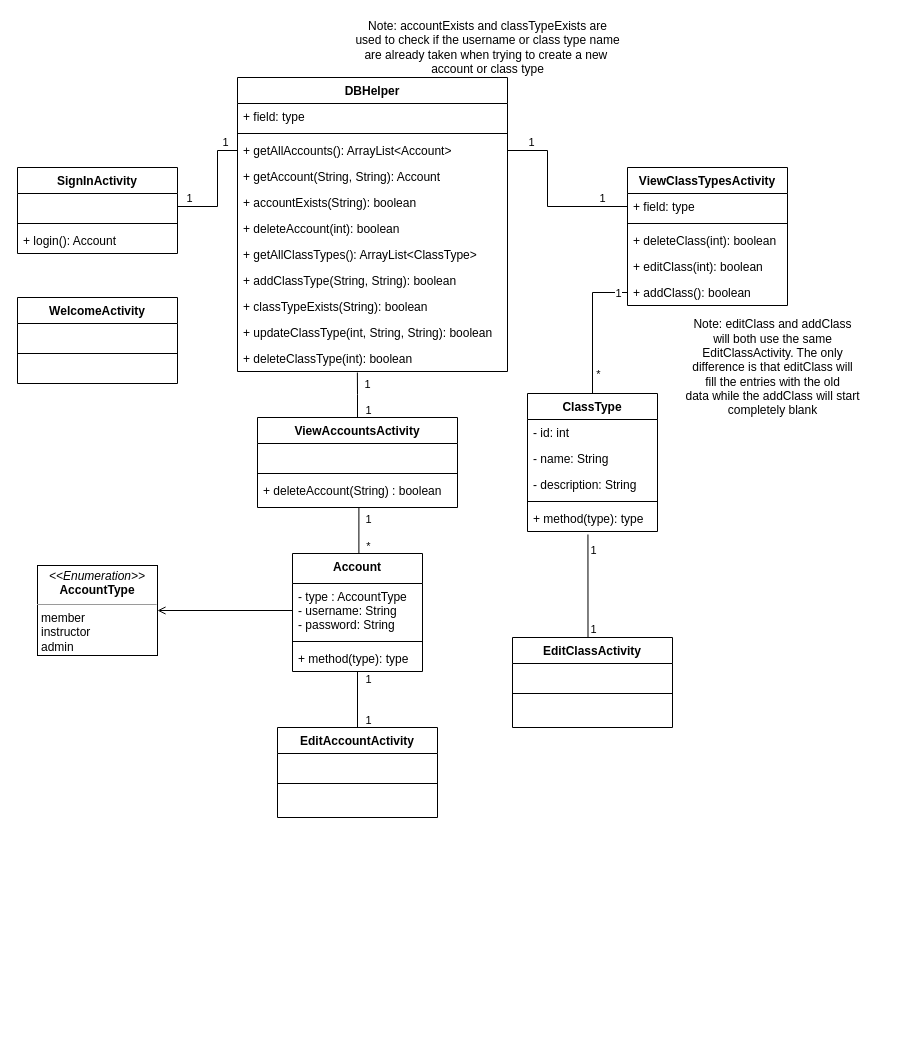
This is Documents/UML Class Diagram.drawio from AmyLDunn/Fitness_Center, a draw.io file, before an edit. Source tidied: cells renumbered, new cells numbered last; positions are measured from the earlier drawing's top-left corner, leaving out a move shared by most shapes. Both pictures are drawn from the tidied source at 100%, with x=0, y=0 at pixel (17, 17).
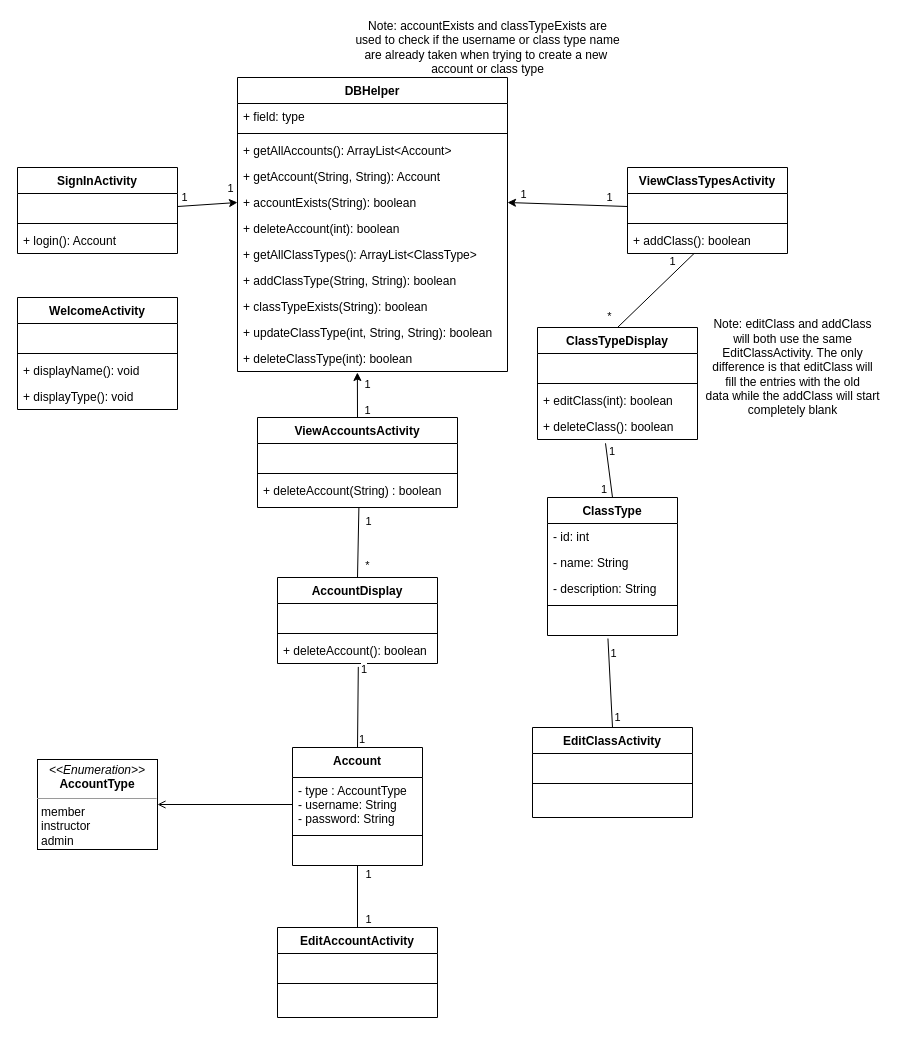
After the change.

Unchanged cells that the change refers to:
```xml
<mxCell id="9" value="- type : AccountType&#10;- username: String&#10;- password: String" style="text;strokeColor=none;fillColor=none;align=left;verticalAlign=top;spacingLeft=4;spacingRight=4;overflow=hidden;points=[[0,0.5],[1,0.5]];portConstraint=eastwest;" parent="8" vertex="1">
  <mxGeometry y="30" width="130" height="54" as="geometry" />
</mxCell>
<mxCell id="15" value=" " style="text;strokeColor=none;fillColor=none;align=left;verticalAlign=top;spacingLeft=4;spacingRight=4;overflow=hidden;points=[[0,0.5],[1,0.5]];portConstraint=eastwest;" parent="14" vertex="1">
  <mxGeometry y="26" width="160" height="26" as="geometry" />
</mxCell>
<mxCell id="25" value="ViewAccountsActivity" style="swimlane;fontStyle=1;align=center;verticalAlign=top;horizontal=1;startSize=26;" parent="1" vertex="1">
  <mxGeometry x="240" y="400" width="200" height="90" as="geometry" />
</mxCell>
<mxCell id="28" value="+ deleteAccount(String) : boolean " style="text;strokeColor=none;fillColor=none;align=left;verticalAlign=top;spacingLeft=4;spacingRight=4;overflow=hidden;points=[[0,0.5],[1,0.5]];portConstraint=eastwest;spacingTop=0;spacingBottom=0;spacing=2;" parent="25" vertex="1">
  <mxGeometry y="60" width="200" height="30" as="geometry" />
</mxCell>
<mxCell id="52" value="+ getAllAccounts(): ArrayList&lt;Account&gt;" style="text;strokeColor=none;fillColor=none;align=left;verticalAlign=top;spacingLeft=4;spacingRight=4;overflow=hidden;points=[[0,0.5],[1,0.5]];portConstraint=eastwest;" parent="49" vertex="1">
  <mxGeometry y="60" width="270" height="26" as="geometry" />
</mxCell>
<mxCell id="54" value="+ accountExists(String): boolean" style="text;strokeColor=none;fillColor=none;align=left;verticalAlign=top;spacingLeft=4;spacingRight=4;overflow=hidden;points=[[0,0.5],[1,0.5]];portConstraint=eastwest;" parent="49" vertex="1">
  <mxGeometry y="112" width="270" height="26" as="geometry" />
</mxCell>
<mxCell id="60" value="+ deleteClassType(int): boolean" style="text;strokeColor=none;fillColor=none;align=left;verticalAlign=top;spacingLeft=4;spacingRight=4;overflow=hidden;points=[[0,0.5],[1,0.5]];portConstraint=eastwest;" parent="49" vertex="1">
  <mxGeometry y="268" width="270" height="26" as="geometry" />
</mxCell>
```

What changed in the source:
```diff
@@
-    <mxCell id="2" style="edgeStyle=orthogonalEdgeStyle;rounded=0;jettySize=auto;html=1;exitX=0.5;exitY=0;exitDx=0;exitDy=0;entryX=0.507;entryY=0.995;entryDx=0;entryDy=0;entryPerimeter=0;endArrow=none;endFill=0;" parent="1" edge="1" source="8" target="28">
-      <mxGeometry relative="1" as="geometry">
-        <Array as="points">
-          <mxPoint x="341" y="536" />
-        </Array>
-      </mxGeometry>
+    <mxCell id="2" style="rounded=0;jettySize=auto;html=1;entryX=0.507;entryY=0.995;entryDx=0;entryDy=0;entryPerimeter=0;endArrow=none;endFill=0;exitX=0.5;exitY=0;exitDx=0;exitDy=0;" parent="1" edge="1" source="76" target="28">
+      <mxGeometry relative="1" as="geometry" />
     </mxCell>
@@
-    <mxCell id="5" style="edgeStyle=orthogonalEdgeStyle;rounded=0;jettySize=auto;html=1;exitX=0.5;exitY=1;exitDx=0;exitDy=0;entryX=0.5;entryY=0;entryDx=0;entryDy=0;endArrow=none;endFill=0;" parent="1" edge="1" source="8" target="39">
+    <mxCell id="5" style="rounded=0;jettySize=auto;html=1;exitX=0.5;exitY=1;exitDx=0;exitDy=0;entryX=0.5;entryY=0;entryDx=0;entryDy=0;endArrow=none;endFill=0;" parent="1" edge="1" source="8" target="39">
       <mxGeometry relative="1" as="geometry" />
     </mxCell>
@@
     <mxCell id="8" value="Account" style="swimlane;fontStyle=1;align=center;verticalAlign=top;horizontal=1;startSize=30;" parent="1" vertex="1">
-      <mxGeometry x="275" y="536" width="130" height="118" as="geometry" />
+      <mxGeometry x="275" y="730" width="130" height="118" as="geometry" />
     </mxCell>
@@
-    <mxCell id="11" value="+ method(type): type" style="text;strokeColor=none;fillColor=none;align=left;verticalAlign=top;spacingLeft=4;spacingRight=4;overflow=hidden;" parent="8" vertex="1">
+    <mxCell id="11" value=" " style="text;strokeColor=none;fillColor=none;align=left;verticalAlign=top;spacingLeft=4;spacingRight=4;overflow=hidden;" parent="8" vertex="1">
       <mxGeometry y="92" width="130" height="26" as="geometry" />
     </mxCell>
     <mxCell id="12" value="&lt;p style=&quot;margin: 0px ; margin-top: 4px ; text-align: center&quot;&gt;&lt;i&gt;&amp;lt;&amp;lt;Enumeration&amp;gt;&amp;gt;&lt;/i&gt;&lt;br&gt;&lt;b&gt;AccountType&lt;/b&gt;&lt;/p&gt;&lt;hr size=&quot;1&quot;&gt;&lt;p style=&quot;margin: 0px ; margin-left: 4px&quot;&gt;member&lt;/p&gt;&lt;p style=&quot;margin: 0px ; margin-left: 4px&quot;&gt;instructor&lt;/p&gt;&lt;p style=&quot;margin: 0px ; margin-left: 4px&quot;&gt;admin&lt;/p&gt;" style="verticalAlign=top;align=left;overflow=fill;fontSize=12;fontFamily=Helvetica;html=1;" parent="1" vertex="1">
-      <mxGeometry x="20" y="548" width="120" height="90" as="geometry" />
+      <mxGeometry x="20" y="742" width="120" height="90" as="geometry" />
     </mxCell>
-    <mxCell id="13" style="endArrow=open;html=1;edgeStyle=orthogonalEdgeStyle;rounded=0;entryX=1;entryY=0.5;entryDx=0;entryDy=0;exitX=0;exitY=0.5;exitDx=0;exitDy=0;endFill=0;" parent="1" edge="1" source="9" target="12">
+    <mxCell id="13" style="endArrow=open;html=1;rounded=0;entryX=1;entryY=0.5;entryDx=0;entryDy=0;exitX=0;exitY=0.5;exitDx=0;exitDy=0;endFill=0;" parent="1" edge="1" source="9" target="12">
       <mxGeometry relative="1" as="geometry" />
     </mxCell>
@@
     <mxCell id="18" value="WelcomeActivity" style="swimlane;fontStyle=1;align=center;verticalAlign=top;horizontal=1;startSize=26;" parent="1" vertex="1">
-      <mxGeometry y="280" width="160" height="86" as="geometry" />
+      <mxGeometry y="280" width="160" height="112" as="geometry" />
     </mxCell>
@@
-    <mxCell id="21" value=" " style="text;strokeColor=none;fillColor=none;align=left;verticalAlign=top;spacingLeft=4;spacingRight=4;overflow=hidden;" parent="18" vertex="1">
+    <mxCell id="21" value="+ displayName(): void" style="text;strokeColor=none;fillColor=none;align=left;verticalAlign=top;spacingLeft=4;spacingRight=4;overflow=hidden;" parent="18" vertex="1">
       <mxGeometry y="60" width="160" height="26" as="geometry" />
     </mxCell>
+    <mxCell id="75" value="+ displayType(): void" style="text;strokeColor=none;fillColor=none;align=left;verticalAlign=top;spacingLeft=4;spacingRight=4;overflow=hidden;" parent="18" vertex="1">
+      <mxGeometry y="86" width="160" height="26" as="geometry" />
+    </mxCell>
-    <mxCell id="22" style="edgeStyle=orthogonalEdgeStyle;rounded=0;jettySize=auto;html=1;exitX=0.5;exitY=0;exitDx=0;exitDy=0;endArrow=none;endFill=0;entryX=0.444;entryY=1.038;entryDx=0;entryDy=0;entryPerimeter=0;" parent="1" edge="1" source="25" target="60">
+    <mxCell id="22" style="rounded=0;jettySize=auto;html=1;exitX=0.5;exitY=0;exitDx=0;exitDy=0;endArrow=classic;endFill=1;entryX=0.444;entryY=1.038;entryDx=0;entryDy=0;entryPerimeter=0;startArrow=none;startFill=0;" parent="1" edge="1" source="25" target="60">
       <mxGeometry relative="1" as="geometry" />
     </mxCell>
@@
-    <mxCell id="29" style="edgeStyle=orthogonalEdgeStyle;rounded=0;jettySize=auto;html=1;exitX=0.5;exitY=0;exitDx=0;exitDy=0;endArrow=none;endFill=0;" parent="1" edge="1" source="68" target="66">
+    <mxCell id="29" style="rounded=0;jettySize=auto;html=1;exitX=0.5;exitY=0;exitDx=0;exitDy=0;endArrow=none;endFill=0;" parent="1" edge="1" source="83" target="66">
       <mxGeometry relative="1" as="geometry" />
     </mxCell>
     <mxCell id="30" value="1" style="edgeLabel;html=1;align=center;verticalAlign=middle;" parent="29" vertex="1">
       <mxGeometry x="0.78" relative="1" as="geometry">
-        <mxPoint x="5" as="offset" />
+        <mxPoint x="-14" as="offset" />
       </mxGeometry>
     </mxCell>
     <mxCell id="31" value="*" style="edgeLabel;html=1;align=center;verticalAlign=middle;" parent="29" vertex="1">
       <mxGeometry x="-0.73" relative="1" as="geometry">
-        <mxPoint x="5" y="-2" as="offset" />
+        <mxPoint x="-19" y="-2" as="offset" />
       </mxGeometry>
     </mxCell>
-    <mxCell id="32" style="edgeStyle=orthogonalEdgeStyle;rounded=0;jettySize=auto;html=1;exitX=0.5;exitY=0;exitDx=0;exitDy=0;endArrow=none;endFill=0;entryX=0.465;entryY=1.115;entryDx=0;entryDy=0;entryPerimeter=0;" parent="1" edge="1" source="35" target="73">
-      <mxGeometry relative="1" as="geometry">
-        <Array as="points">
-          <mxPoint x="571" y="620" />
-        </Array>
-      </mxGeometry>
+    <mxCell id="32" style="rounded=0;jettySize=auto;html=1;exitX=0.5;exitY=0;exitDx=0;exitDy=0;endArrow=none;endFill=0;entryX=0.465;entryY=1.115;entryDx=0;entryDy=0;entryPerimeter=0;" parent="1" edge="1" source="35" target="73">
+      <mxGeometry relative="1" as="geometry" />
     </mxCell>
@@
     <mxCell id="35" value="EditClassActivity" style="swimlane;fontStyle=1;align=center;verticalAlign=top;horizontal=1;startSize=26;" parent="1" vertex="1">
-      <mxGeometry x="495" y="620" width="160" height="90" as="geometry" />
+      <mxGeometry x="515" y="710" width="160" height="90" as="geometry" />
     </mxCell>
@@
     <mxCell id="39" value="EditAccountActivity" style="swimlane;fontStyle=1;align=center;verticalAlign=top;horizontal=1;startSize=26;" parent="1" vertex="1">
-      <mxGeometry x="260" y="710" width="160" height="90" as="geometry" />
+      <mxGeometry x="260" y="910" width="160" height="90" as="geometry" />
     </mxCell>
@@
-    <mxCell id="43" style="edgeStyle=orthogonalEdgeStyle;rounded=0;jettySize=auto;html=1;entryX=1;entryY=0.5;entryDx=0;entryDy=0;endArrow=none;endFill=0;exitX=0;exitY=0.5;exitDx=0;exitDy=0;" parent="1" edge="1" source="52" target="15">
-      <mxGeometry relative="1" as="geometry">
-        <Array as="points">
-          <mxPoint x="200" y="133" />
-          <mxPoint x="200" y="189" />
-        </Array>
-      </mxGeometry>
+    <mxCell id="43" style="rounded=0;jettySize=auto;html=1;entryX=1;entryY=0.5;entryDx=0;entryDy=0;endArrow=none;endFill=0;exitX=0;exitY=0.5;exitDx=0;exitDy=0;startArrow=classic;startFill=1;" parent="1" edge="1" source="54" target="15">
+      <mxGeometry relative="1" as="geometry" />
     </mxCell>
@@
     <mxCell id="45" value="1" style="edgeLabel;html=1;align=center;verticalAlign=middle;" parent="43" vertex="1">
       <mxGeometry x="-0.77" y="-1" relative="1" as="geometry">
-        <mxPoint y="-8" as="offset" />
+        <mxPoint y="-14" as="offset" />
       </mxGeometry>
     </mxCell>
-    <mxCell id="46" style="edgeStyle=orthogonalEdgeStyle;rounded=0;jettySize=auto;html=1;entryX=0;entryY=0.5;entryDx=0;entryDy=0;endArrow=none;endFill=0;exitX=1;exitY=0.5;exitDx=0;exitDy=0;" parent="1" edge="1" source="52" target="62">
-      <mxGeometry relative="1" as="geometry">
-        <Array as="points">
-          <mxPoint x="530" y="133" />
-          <mxPoint x="530" y="189" />
-        </Array>
-      </mxGeometry>
+    <mxCell id="46" style="rounded=0;jettySize=auto;html=1;entryX=0;entryY=0.5;entryDx=0;entryDy=0;endArrow=none;endFill=0;exitX=1;exitY=0.5;exitDx=0;exitDy=0;startArrow=classic;startFill=1;" parent="1" edge="1" source="54" target="62">
+      <mxGeometry relative="1" as="geometry" />
     </mxCell>
@@
     <mxCell id="61" value="ViewClassTypesActivity" style="swimlane;fontStyle=1;align=center;verticalAlign=top;horizontal=1;startSize=26;" parent="1" vertex="1">
-      <mxGeometry x="610" y="150" width="160" height="138" as="geometry" />
+      <mxGeometry x="610" y="150" width="160" height="86" as="geometry" />
     </mxCell>
-    <mxCell id="62" value="+ field: type" style="text;strokeColor=none;fillColor=none;align=left;verticalAlign=top;spacingLeft=4;spacingRight=4;overflow=hidden;points=[[0,0.5],[1,0.5]];portConstraint=eastwest;" parent="61" vertex="1">
+    <mxCell id="62" value=" " style="text;strokeColor=none;fillColor=none;align=left;verticalAlign=top;spacingLeft=4;spacingRight=4;overflow=hidden;points=[[0,0.5],[1,0.5]];portConstraint=eastwest;" parent="61" vertex="1">
       <mxGeometry y="26" width="160" height="26" as="geometry" />
     </mxCell>
@@
-    <mxCell id="64" value="+ deleteClass(int): boolean" style="text;strokeColor=none;fillColor=none;align=left;verticalAlign=top;spacingLeft=4;spacingRight=4;overflow=hidden;" parent="61" vertex="1">
-      <mxGeometry y="60" width="160" height="26" as="geometry" />
-    </mxCell>
-    <mxCell id="65" value="+ editClass(int): boolean" style="text;strokeColor=none;fillColor=none;align=left;verticalAlign=top;spacingLeft=4;spacingRight=4;overflow=hidden;" parent="61" vertex="1">
-      <mxGeometry y="86" width="160" height="26" as="geometry" />
-    </mxCell>
     <mxCell id="66" value="+ addClass(): boolean" style="text;strokeColor=none;fillColor=none;align=left;verticalAlign=top;spacingLeft=4;spacingRight=4;overflow=hidden;points=[[0,0.5],[1,0.5]];portConstraint=eastwest;" parent="61" vertex="1">
-      <mxGeometry y="112" width="160" height="26" as="geometry" />
+      <mxGeometry y="60" width="160" height="26" as="geometry" />
     </mxCell>
     <mxCell id="67" value="Note: editClass and addClass&lt;br&gt;will both use the same&lt;br&gt;EditClassActivity. The only&lt;br&gt;difference is that editClass will&lt;br&gt;fill the entries with the old&lt;br&gt;data while the addClass will start&lt;br&gt;completely blank" style="text;html=1;align=center;verticalAlign=middle;strokeColor=none;fillColor=none;" parent="1" vertex="1">
-      <mxGeometry x="660" y="300" width="190" height="100" as="geometry" />
+      <mxGeometry x="680" y="300" width="190" height="100" as="geometry" />
     </mxCell>
     <mxCell id="68" value="ClassType" style="swimlane;fontStyle=1;align=center;verticalAlign=top;horizontal=1;startSize=26;" parent="1" vertex="1">
-      <mxGeometry x="510" y="376" width="130" height="138" as="geometry" />
+      <mxGeometry x="530" y="480" width="130" height="138" as="geometry" />
     </mxCell>
@@
-    <mxCell id="73" value="+ method(type): type" style="text;strokeColor=none;fillColor=none;align=left;verticalAlign=top;spacingLeft=4;spacingRight=4;overflow=hidden;points=[[0,0.5],[1,0.5]];portConstraint=eastwest;" parent="68" vertex="1">
+    <mxCell id="73" value=" " style="text;strokeColor=none;fillColor=none;align=left;verticalAlign=top;spacingLeft=4;spacingRight=4;overflow=hidden;points=[[0,0.5],[1,0.5]];portConstraint=eastwest;" parent="68" vertex="1">
       <mxGeometry y="112" width="130" height="26" as="geometry" />
     </mxCell>
@@
+    <mxCell id="76" value="AccountDisplay" style="swimlane;fontStyle=1;align=center;verticalAlign=top;horizontal=1;startSize=26;" parent="1" vertex="1">
+      <mxGeometry x="260" y="560" width="160" height="86" as="geometry" />
+    </mxCell>
+    <mxCell id="77" value=" " style="text;strokeColor=none;fillColor=none;align=left;verticalAlign=top;spacingLeft=4;spacingRight=4;overflow=hidden;" parent="76" vertex="1">
+      <mxGeometry y="26" width="160" height="26" as="geometry" />
+    </mxCell>
+    <mxCell id="78" style="line;strokeWidth=1;fillColor=none;align=left;verticalAlign=middle;spacingTop=-1;spacingLeft=3;spacingRight=3;labelPosition=right;" parent="76" vertex="1">
+      <mxGeometry y="52" width="160" height="8" as="geometry" />
+    </mxCell>
+    <mxCell id="79" value="+ deleteAccount(): boolean" style="text;strokeColor=none;fillColor=none;align=left;verticalAlign=top;spacingLeft=4;spacingRight=4;overflow=hidden;points=[[0,0.5],[1,0.5]];portConstraint=eastwest;" parent="76" vertex="1">
+      <mxGeometry y="60" width="160" height="26" as="geometry" />
+    </mxCell>
+    <mxCell id="80" style="endArrow=none;html=1;rounded=0;exitX=0.5;exitY=0;exitDx=0;exitDy=0;entryX=0.505;entryY=1.131;entryDx=0;entryDy=0;entryPerimeter=0;" parent="1" edge="1" source="8" target="79">
+      <mxGeometry relative="1" as="geometry" />
+    </mxCell>
+    <mxCell id="81" value="1" style="edgeLabel;html=1;align=left;verticalAlign=bottom;" parent="80" vertex="1">
+      <mxGeometry x="-1" relative="1" as="geometry" />
+    </mxCell>
+    <mxCell id="82" value="1" style="edgeLabel;html=1;align=right;verticalAlign=bottom;" parent="80" vertex="1">
+      <mxGeometry x="1" relative="1" as="geometry">
+        <mxPoint x="9" y="11" as="offset" />
+      </mxGeometry>
+    </mxCell>
+    <mxCell id="83" value="ClassTypeDisplay" style="swimlane;fontStyle=1;align=center;verticalAlign=top;horizontal=1;startSize=26;" parent="1" vertex="1">
+      <mxGeometry x="520" y="310" width="160" height="112" as="geometry" />
+    </mxCell>
+    <mxCell id="84" value=" " style="text;strokeColor=none;fillColor=none;align=left;verticalAlign=top;spacingLeft=4;spacingRight=4;overflow=hidden;" parent="83" vertex="1">
+      <mxGeometry y="26" width="160" height="26" as="geometry" />
+    </mxCell>
+    <mxCell id="85" style="line;strokeWidth=1;fillColor=none;align=left;verticalAlign=middle;spacingTop=-1;spacingLeft=3;spacingRight=3;labelPosition=right;" parent="83" vertex="1">
+      <mxGeometry y="52" width="160" height="8" as="geometry" />
+    </mxCell>
+    <mxCell id="65" value="+ editClass(int): boolean" style="text;strokeColor=none;fillColor=none;align=left;verticalAlign=top;spacingLeft=4;spacingRight=4;overflow=hidden;" parent="83" vertex="1">
+      <mxGeometry y="60" width="160" height="26" as="geometry" />
+    </mxCell>
+    <mxCell id="86" value="+ deleteClass(): boolean" style="text;strokeColor=none;fillColor=none;align=left;verticalAlign=top;spacingLeft=4;spacingRight=4;overflow=hidden;points=[[0,0.5],[1,0.5]];portConstraint=eastwest;" parent="83" vertex="1">
+      <mxGeometry y="86" width="160" height="26" as="geometry" />
+    </mxCell>
+    <mxCell id="87" style="endArrow=none;html=1;rounded=0;entryX=0.5;entryY=0;entryDx=0;entryDy=0;exitX=0.425;exitY=1.146;exitDx=0;exitDy=0;exitPerimeter=0;" parent="1" edge="1" source="86" target="68">
+      <mxGeometry relative="1" as="geometry" />
+    </mxCell>
+    <mxCell id="88" value="1" style="edgeLabel;html=1;align=left;verticalAlign=bottom;" parent="87" vertex="1">
+      <mxGeometry x="-1" relative="1" as="geometry">
+        <mxPoint x="2" y="16" as="offset" />
+      </mxGeometry>
+    </mxCell>
+    <mxCell id="89" value="1" style="edgeLabel;html=1;align=right;verticalAlign=bottom;" parent="87" vertex="1">
+      <mxGeometry x="1" relative="1" as="geometry">
+        <mxPoint x="-5" as="offset" />
+      </mxGeometry>
+    </mxCell>
```
